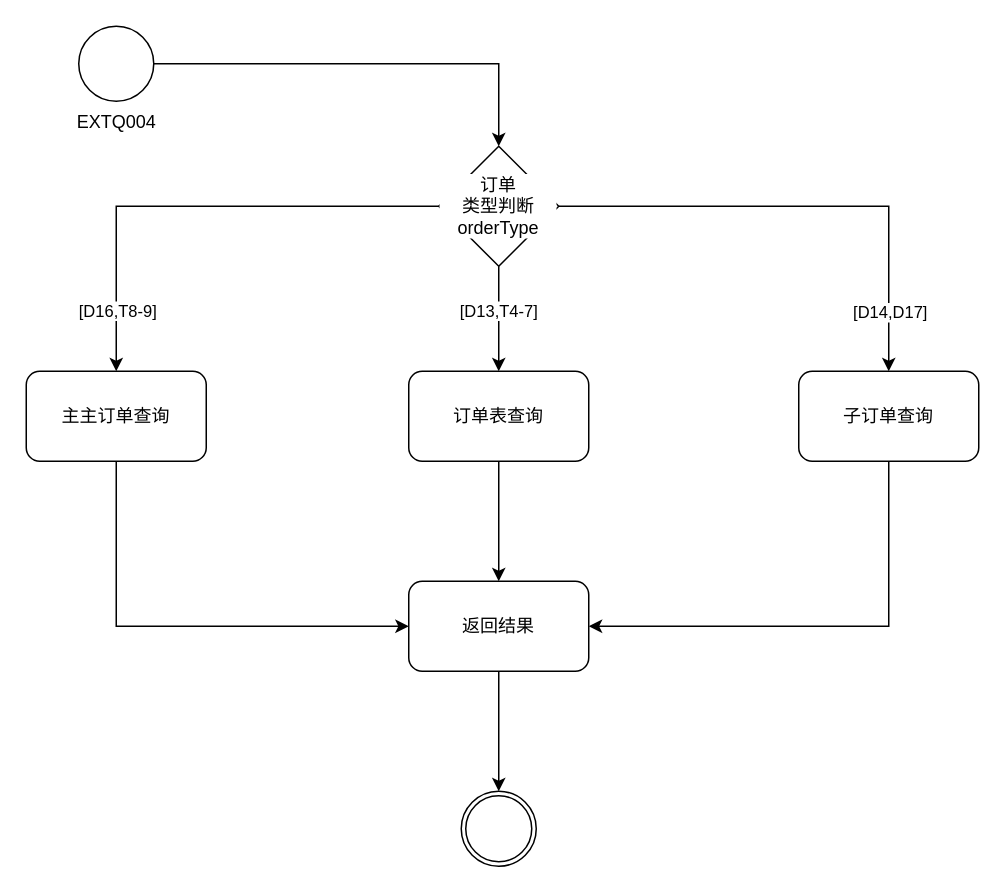
Earlier version of the draw.io diagram Untitled 订单超时查询（EXTQ004）.drawio (moshan123/draw). Source tidied: cells renumbered, new cells numbered last; positions are measured from the earlier drawing's top-left corner, leaving out a move shared by most shapes. Both pictures are drawn from the tidied source at 150%, with x=0, y=0 at pixel (26, 26).
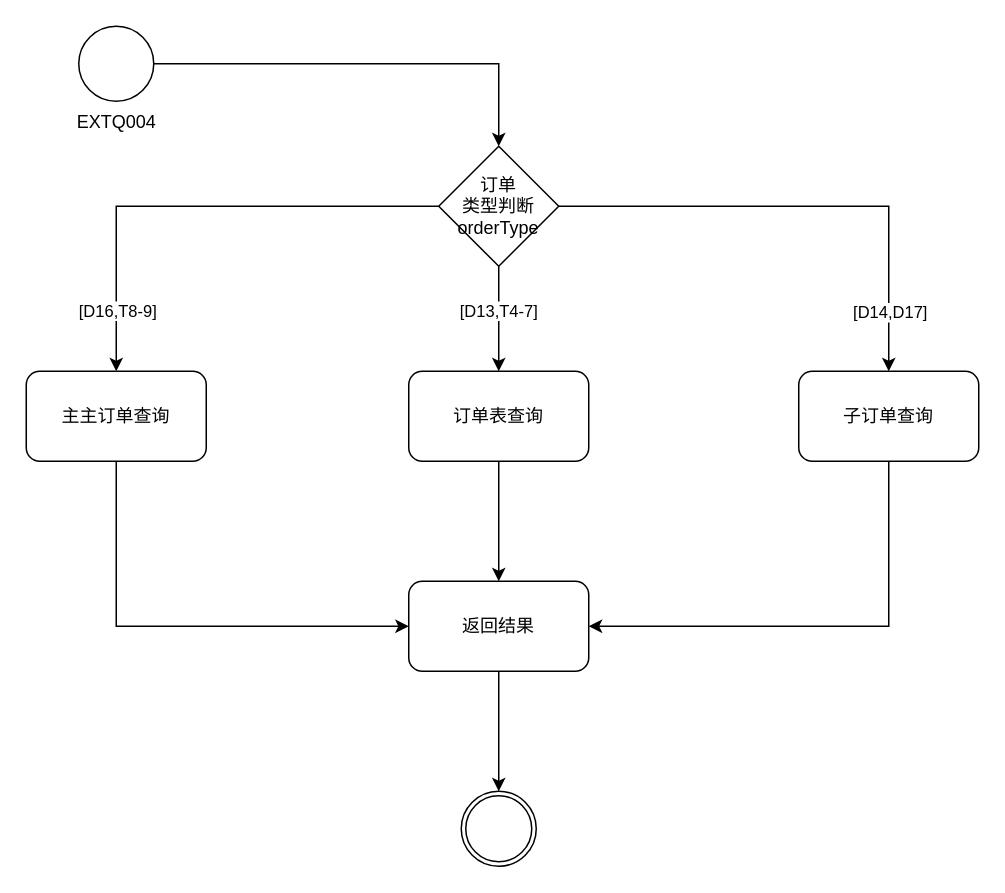
The same page after the edit.

Commit message:
Update Untitled 订单超时查询（EXTQ004）.drawio

Change to the diagram source:
```diff
@@
-    <mxCell id="10" value="订单&lt;br&gt;类型判断orderType" style="rhombus;whiteSpace=wrap;html=1;verticalAlign=middle;labelBackgroundColor=#ffffff;" parent="1" vertex="1">
+    <mxCell id="10" value="订单&lt;br&gt;类型判断orderType" style="rhombus;verticalAlign=middle;labelBackgroundColor=none;labelBorderColor=none;whiteSpace=wrap;html=1;fontStyle=0;" parent="1" vertex="1">
       <mxGeometry x="275" y="80" width="80" height="80" as="geometry" />
     </mxCell>
```
